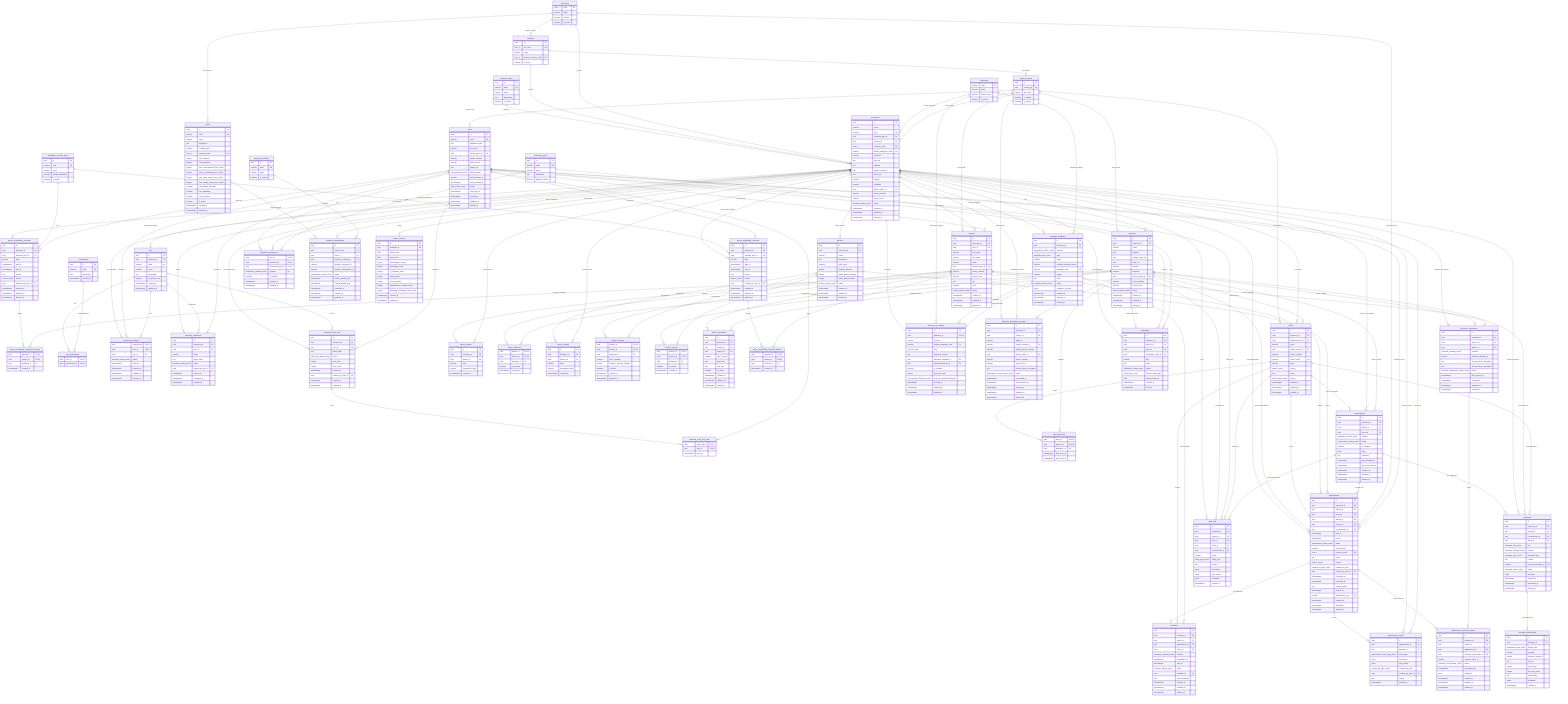
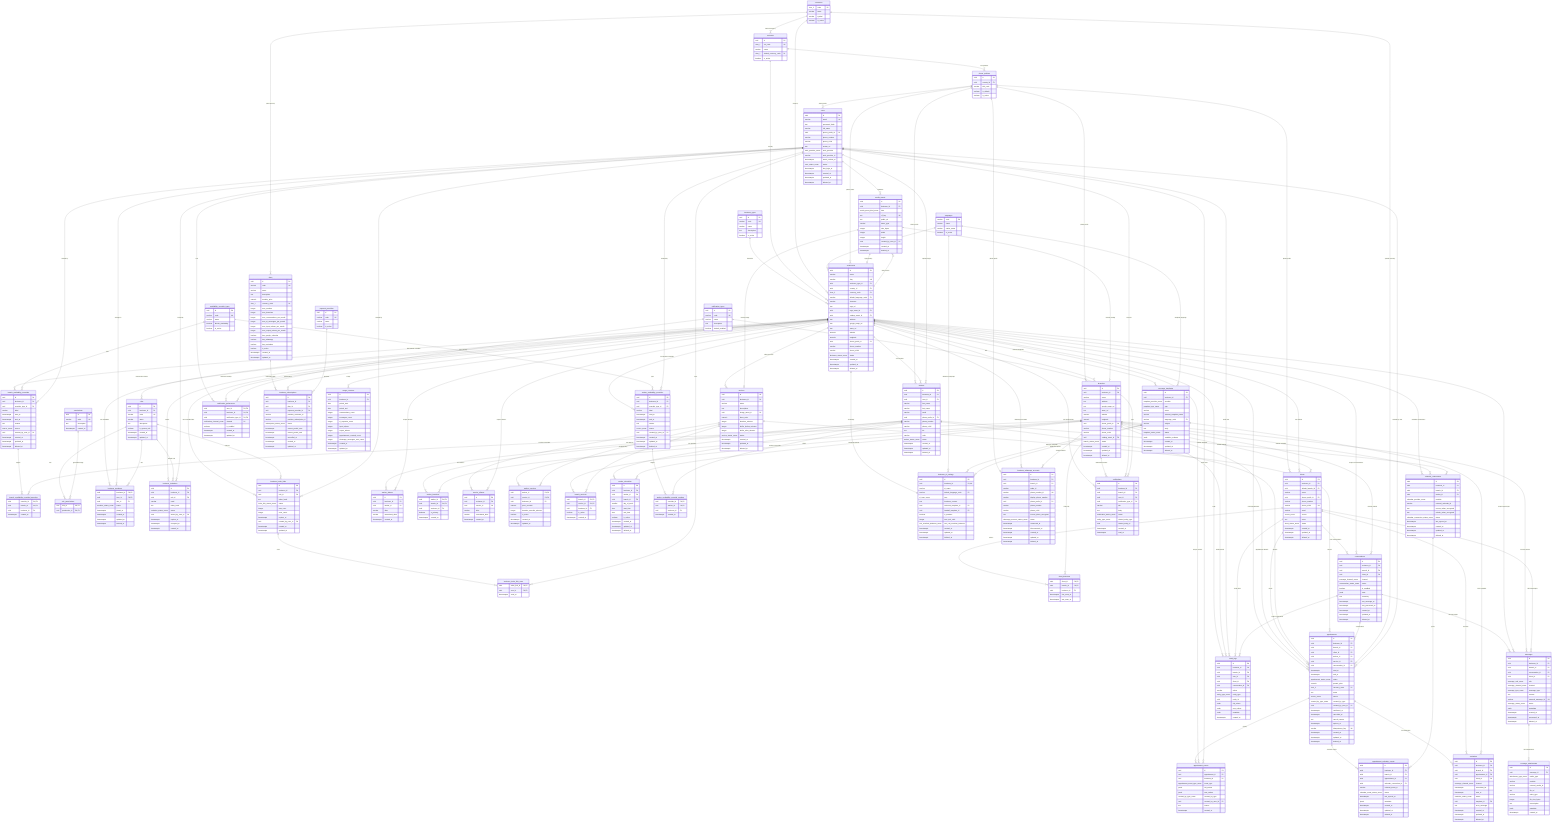
erDiagram
    %% =====================================================
    %% KLYRO DATABASE DER
    %% React + NestJS + PostgreSQL
    %% =====================================================
    %% Main design rule:
    %% AI interprets, backend validates, database protects.
    %% =====================================================

    currencies {
        char_3 code PK
        varchar name
        varchar symbol
        boolean is_active
    }

    countries {
        uuid id PK
        char_2 iso_code UK
        varchar name
        char_3 default_currency_code FK
        boolean is_active
    }

    phone_prefixes {
        uuid id PK
        uuid country_id FK
        varchar dial_code
        boolean is_default
        boolean is_active
    }

    languages {
        varchar code PK
        varchar name
        varchar native_name
        boolean is_active
    }

    business_types {
        uuid id PK
        varchar code UK
        varchar name
        text description
        boolean is_active
    }

    payment_providers {
        uuid id PK
        varchar code UK
        varchar name
        boolean is_active
    }

    availability_override_types {
        uuid id PK
        varchar code UK
        varchar name
        boolean blocks_availability
        boolean is_active
    }

    notification_types {
        uuid id PK
        varchar code UK
        varchar name
        text description
        boolean default_enabled
    }

    users {
        uuid id PK
        varchar email UK
        text password_hash
        varchar full_name
        uuid phone_prefix_id FK
        varchar phone_number
        varchar phone_e164
        text avatar_url
        auth_provider_enum auth_provider
        varchar auth_provider_id
        timestamptz email_verified_at
        user_status_enum status
        timestamptz last_login_at
        timestamptz created_at
        timestamptz updated_at
        timestamptz deleted_at
    }

    businesses {
        uuid id PK
        varchar name
        varchar slug UK
        uuid business_type_id FK
        uuid country_id FK
        char_3 currency_code FK
        varchar default_language_code FK
        varchar timezone
        text logo_url
+         uuid logo_asset_id FK
+         uuid catalog_asset_id FK
        text address
        text google_maps_url
        text waze_url
        numeric latitude
        numeric longitude
        uuid phone_prefix_id FK
        varchar phone_number
        varchar phone_e164
        business_status_enum status
        timestamptz created_at
        timestamptz updated_at
        timestamptz deleted_at
    }

+     media_assets {
+         uuid id PK
+         uuid business_id FK
+         media_asset_kind_enum kind
+         text r2_key UK
+         text public_url
+         varchar mime_type
+         integer size_bytes
+         integer width
+         integer height
+         uuid created_by_user_id FK
+         timestamptz created_at
+         timestamptz deleted_at
+     }
+ 
    branches {
        uuid id PK
        uuid business_id FK
        varchar name
        text address
        text google_maps_url
        text waze_url
        numeric latitude
        numeric longitude
        uuid phone_prefix_id FK
        varchar phone_number
        varchar phone_e164
+         uuid catalog_asset_id FK
        branch_status_enum status
        timestamptz created_at
        timestamptz updated_at
        timestamptz deleted_at
    }

    branch_availability_overrides {
        uuid id PK
        uuid business_id FK
        uuid override_type_id FK
        varchar label
        timestamptz start_at
        timestamptz end_at
        text reason
        source_enum source
        uuid created_by_user_id FK
        timestamptz created_at
        timestamptz updated_at
        timestamptz deleted_at
    }

    branch_availability_override_branches {
        uuid override_id PK,FK
        uuid branch_id PK,FK
        uuid business_id FK
        timestamptz created_at
    }

    roles {
        uuid id PK
        uuid business_id FK
        varchar code UK
        varchar name
        text description
        boolean is_system_role
        timestamptz created_at
        timestamptz updated_at
    }

    permissions {
        uuid id PK
        varchar code UK
        text description
        timestamptz created_at
    }

    role_permissions {
        uuid role_id PK,FK
        uuid permission_id PK,FK
    }

    business_members {
        uuid business_id PK,FK
        uuid user_id PK,FK
        uuid role_id FK
        member_status_enum status
        timestamptz joined_at
        timestamptz created_at
        timestamptz updated_at
        timestamptz deleted_at
    }

    business_invitations {
        uuid id PK
        uuid business_id FK
        uuid role_id FK
        varchar email
        text token_hash
        invitation_status_enum status
        uuid invited_by_user_id FK
        timestamptz expires_at
        timestamptz accepted_at
        timestamptz created_at
    }

    business_invite_links {
        uuid id PK
        uuid business_id FK
        uuid role_id FK
        text token_hash
        invite_link_status_enum status
        integer max_uses
        integer uses_count
        timestamptz expires_at
        uuid created_by_user_id FK
        timestamptz created_at
        timestamptz updated_at
    }

    business_invite_link_uses {
        uuid invite_link_id PK,FK
        uuid user_id PK,FK
        timestamptz used_at
    }

    workers {
        uuid id PK
        uuid business_id FK
        uuid user_id FK
        varchar first_name
        varchar last_name
        varchar email
        uuid phone_prefix_id FK
        varchar phone_number
        varchar phone_e164
        text bio
        varchar color
        worker_status_enum status
        timestamptz created_at
        timestamptz updated_at
        timestamptz deleted_at
    }

    worker_aliases {
        uuid id PK
        uuid business_id FK
        uuid worker_id FK
        varchar alias
        varchar normalized_alias
        timestamptz created_at
    }

    worker_branches {
        uuid worker_id PK,FK
        uuid branch_id PK,FK
        uuid business_id FK
        boolean is_primary
        timestamptz created_at
    }

    services {
        uuid id PK
        uuid business_id FK
        varchar name
        text description
+         uuid image_asset_id FK
        numeric base_price
        integer duration_minutes
        integer buffer_before_minutes
        integer buffer_after_minutes
        service_status_enum status
        timestamptz created_at
        timestamptz updated_at
        timestamptz deleted_at
    }

    service_aliases {
        uuid id PK
        uuid business_id FK
        uuid service_id FK
        varchar alias
        varchar normalized_alias
        timestamptz created_at
    }

    worker_services {
        uuid worker_id PK,FK
        uuid service_id PK,FK
        uuid business_id FK
        numeric price_override
        integer duration_override_minutes
        boolean is_active
        timestamptz created_at
        timestamptz updated_at
    }

    branch_services {
        uuid branch_id PK,FK
        uuid service_id PK,FK
        uuid business_id FK
        boolean is_active
        timestamptz created_at
    }

    worker_schedules {
        uuid id PK
        uuid business_id FK
        uuid worker_id FK
        uuid branch_id FK
        smallint day_of_week
        time start_time
        time end_time
        boolean is_active
        timestamptz created_at
        timestamptz updated_at
        timestamptz deleted_at
    }

    worker_availability_overrides {
        uuid id PK
        uuid business_id FK
        uuid override_type_id FK
        varchar label
        timestamptz start_at
        timestamptz end_at
        text reason
        source_enum source
        uuid created_by_user_id FK
        timestamptz created_at
        timestamptz updated_at
        timestamptz deleted_at
    }

    worker_availability_override_workers {
        uuid override_id PK,FK
        uuid worker_id PK,FK
        uuid business_id FK
        timestamptz created_at
    }

    clients {
        uuid id PK
        uuid business_id FK
        uuid default_branch_id FK
        varchar name
        uuid phone_prefix_id FK
        varchar phone_number
        varchar phone_e164 UK
        varchar email
        source_enum source
        text notes
        client_status_enum status
        timestamptz created_at
        timestamptz updated_at
        timestamptz deleted_at
    }

    client_branches {
        uuid client_id PK,FK
        uuid branch_id PK,FK
        uuid business_id FK
        timestamptz first_seen_at
        timestamptz last_seen_at
    }

    conversations {
        uuid id PK
        uuid business_id FK
        uuid branch_id FK
        uuid client_id FK
        message_channel_enum channel
        conversation_status_enum status
        boolean ai_enabled
        jsonb state
        text summary
        timestamptz last_message_at
        timestamptz last_processed_at
        timestamptz created_at
        timestamptz updated_at
        timestamptz deleted_at
    }

    messages {
        uuid id PK
        uuid business_id FK
        uuid branch_id FK
        uuid conversation_id FK
        uuid client_id FK
        message_role_enum role
        message_channel_enum channel
        message_type_enum message_type
        text content
        varchar external_message_id UK
        message_status_enum status
        jsonb metadata
        timestamptz created_at
        timestamptz processed_at
        timestamptz deleted_at
    }

    message_attachments {
        uuid id PK
        uuid message_id FK
        attachment_type_enum media_type
        varchar provider
        varchar external_media_id
        text file_url
        varchar mime_type
        integer file_size_bytes
        text transcription
        jsonb metadata
        timestamptz created_at
    }

    appointments {
        uuid id PK
        uuid business_id FK
        uuid branch_id FK
        uuid client_id FK
        uuid worker_id FK
        uuid service_id FK
        uuid conversation_id FK
        timestamptz start_at
        timestamptz end_at
        appointment_status_enum status
        numeric quoted_price
        char_3 currency_code FK
        text notes
        source_enum source
        created_by_type_enum created_by_type
        uuid created_by_user_id FK
        timestamptz confirmed_at
        timestamptz cancelled_at
        text cancel_reason
        timestamptz expires_at
        varchar idempotency_key UK
        timestamptz created_at
        timestamptz updated_at
        timestamptz deleted_at
    }

    appointment_events {
        uuid id PK
        uuid appointment_id FK
        uuid business_id FK
        appointment_event_type_enum event_type
        jsonb old_values
        jsonb new_values
        created_by_type_enum created_by_type
        uuid created_by_user_id FK
        text reason
        timestamptz created_at
    }

    message_templates {
        uuid id PK
        uuid business_id FK
        template_provider_enum provider
        template_type_enum type
        varchar name
        varchar external_template_name
        varchar language_code FK
        varchar subject
        text body
        template_status_enum status
        jsonb variables_schema
        timestamptz created_at
        timestamptz updated_at
        timestamptz deleted_at
    }

    business_ai_settings {
        uuid id PK
        uuid business_id FK,UK
        varchar ai_name
        varchar default_language_code FK
        ai_tone_enum tone
        text business_context
        uuid welcome_template_id FK
        uuid handoff_template_id FK
        boolean is_enabled
        integer max_tool_calls
        tool_overflow_behavior_enum tool_call_overflow_behavior
        timestamptz created_at
        timestamptz updated_at
        timestamptz deleted_at
    }

    business_whatsapp_accounts {
        uuid id PK
        uuid business_id FK
        uuid branch_id FK
        varchar waba_id
        varchar phone_number_id UK
        varchar display_phone_number
        uuid phone_prefix_id FK
        varchar phone_number
        varchar phone_e164
        text access_token_encrypted
        whatsapp_account_status_enum status
        timestamptz connected_at
        timestamptz disconnected_at
        timestamptz created_at
        timestamptz updated_at
        timestamptz deleted_at
    }

    calendar_connections {
        uuid id PK
        uuid business_id FK
        uuid branch_id FK
        uuid worker_id FK
        calendar_provider_enum provider
        varchar external_calendar_id
        text access_token_encrypted
        text refresh_token_encrypted
        calendar_connection_status_enum status
        timestamptz last_synced_at
        timestamptz created_at
        timestamptz updated_at
        timestamptz deleted_at
    }

    appointment_calendar_events {
        uuid id PK
        uuid business_id FK
        uuid branch_id FK
        uuid appointment_id FK
        uuid calendar_connection_id FK
        varchar external_event_id
        calendar_event_status_enum status
        timestamptz last_synced_at
        jsonb metadata
        timestamptz created_at
        timestamptz updated_at
        timestamptz deleted_at
    }

    reminders {
        uuid id PK
        uuid business_id FK
        uuid branch_id FK
        uuid appointment_id FK
        uuid client_id FK
        message_channel_enum channel
        timestamptz scheduled_for
        timestamptz sent_at
        reminder_status_enum status
        uuid template_id FK
        text error_message
        timestamptz created_at
        timestamptz updated_at
        timestamptz deleted_at
    }

    notifications {
        uuid id PK
        uuid business_id FK
        uuid branch_id FK
        uuid user_id FK
        uuid notification_type_id FK
        varchar title
        text body
        notification_status_enum status
        entity_type_enum related_entity_type
        uuid related_entity_id
        timestamptz created_at
        timestamptz read_at
    }

    notification_preferences {
        uuid user_id PK,FK
        uuid business_id PK,FK
        uuid notification_type_id PK,FK
        notification_channel_enum channel PK
        boolean is_enabled
        timestamptz created_at
        timestamptz updated_at
    }

    plans {
        uuid id PK
        varchar code UK
        varchar name
        text description
        numeric monthly_price
        char_3 currency_code FK
        integer max_workers
        integer max_branches
        integer max_conversations_per_month
        integer max_ai_messages_per_month
        integer max_input_tokens_per_month
        integer max_output_tokens_per_month
        boolean has_google_calendar
        boolean has_whatsapp
        boolean has_reminders
        boolean is_active
        timestamptz created_at
        timestamptz updated_at
    }

    business_subscriptions {
        uuid id PK
        uuid business_id FK
        uuid plan_id FK
        uuid payment_provider_id FK
        varchar provider_customer_id
        varchar provider_subscription_id
        subscription_status_enum status
        timestamptz current_period_start
        timestamptz current_period_end
        timestamptz cancelled_at
        timestamptz created_at
        timestamptz updated_at
    }

    usage_counters {
        uuid id PK
        uuid business_id FK
        date period_start
        date period_end
        integer conversations_count
        integer messages_count
        integer ai_requests_count
        integer input_tokens
        integer output_tokens
        integer appointments_created_count
        integer whatsapp_messages_sent_count
        timestamptz created_at
        timestamptz updated_at
    }

    audit_logs {
        uuid id PK
        uuid business_id FK
        uuid branch_id FK
        uuid user_id FK
        uuid client_id FK
        uuid conversation_id FK
        varchar action
        entity_type_enum entity_type
        uuid entity_id
        jsonb old_values
        jsonb new_values
        jsonb metadata
        timestamptz created_at
    }

    %% =====================================================
    %% TYPE/CATALOG RELATIONSHIPS
    %% =====================================================

    currencies ||--o{ countries : "default currency"
    countries ||--o{ phone_prefixes : "has prefixes"
    business_types ||--o{ businesses : "classifies"
    countries ||--o{ businesses : "country"
    currencies ||--o{ businesses : "currency"
    languages ||--o{ businesses : "default language"
    phone_prefixes ||--o{ users : "phone prefix"
    phone_prefixes ||--o{ businesses : "phone prefix"
    phone_prefixes ||--o{ branches : "phone prefix"
    phone_prefixes ||--o{ workers : "phone prefix"
    phone_prefixes ||--o{ clients : "phone prefix"
    phone_prefixes ||--o{ business_whatsapp_accounts : "phone prefix"

    %% =====================================================
    %% BUSINESS / BRANCH / SECURITY
    %% =====================================================

    businesses ||--o{ branches : "has"
    businesses ||--o{ branch_availability_overrides : "has branch overrides"
    branch_availability_overrides ||--o{ branch_availability_override_branches : "targets"
    branches ||--o{ branch_availability_override_branches : "receives overrides"
    availability_override_types ||--o{ branch_availability_overrides : "type"
    users ||--o{ branch_availability_overrides : "created by"
    businesses ||--o{ roles : "custom roles future"
    roles ||--o{ role_permissions : "has"
    permissions ||--o{ role_permissions : "granted through"
    businesses ||--o{ business_members : "has members"
    users ||--o{ business_members : "belongs to"
    roles ||--o{ business_members : "role"
    businesses ||--o{ business_invitations : "invites"
    roles ||--o{ business_invitations : "invited role"
    users ||--o{ business_invitations : "invited by"
    businesses ||--o{ business_invite_links : "has reusable links"
    roles ||--o{ business_invite_links : "link role"
    users ||--o{ business_invite_links : "created by"
    business_invite_links ||--o{ business_invite_link_uses : "used"
    users ||--o{ business_invite_link_uses : "uses"

    %% =====================================================
    %% WORKERS / SERVICES / AVAILABILITY
    %% =====================================================

    businesses ||--o{ workers : "has workers"
    users ||--o{ workers : "optional login"
    workers ||--o{ worker_aliases : "has aliases"
    businesses ||--o{ worker_aliases : "scopes aliases"
    workers ||--o{ worker_branches : "works at"
    branches ||--o{ worker_branches : "has workers"
    businesses ||--o{ services : "offers services"
    services ||--o{ service_aliases : "has aliases"
    businesses ||--o{ service_aliases : "scopes aliases"
    workers ||--o{ worker_services : "can perform"
    services ||--o{ worker_services : "performed by"
    branches ||--o{ branch_services : "offers"
    services ||--o{ branch_services : "available at"
    workers ||--o{ worker_schedules : "has schedule blocks"
    branches ||--o{ worker_schedules : "schedule branch"
    businesses ||--o{ worker_availability_overrides : "has worker overrides"
    worker_availability_overrides ||--o{ worker_availability_override_workers : "targets"
    workers ||--o{ worker_availability_override_workers : "receives overrides"
    availability_override_types ||--o{ worker_availability_overrides : "type"
    users ||--o{ worker_availability_overrides : "created by"

    %% =====================================================
    %% CLIENTS / CONVERSATIONS / MESSAGES
    %% =====================================================

    businesses ||--o{ clients : "has clients"
    branches ||--o{ clients : "default branch"
    clients ||--o{ client_branches : "visited"
    branches ||--o{ client_branches : "visited by"
    clients ||--o{ conversations : "has conversations"
    businesses ||--o{ conversations : "scopes conversations"
    branches ||--o{ conversations : "branch context"
    conversations ||--o{ messages : "has messages"
    businesses ||--o{ messages : "scopes messages"
    branches ||--o{ messages : "branch context"
    clients ||--o{ messages : "client messages"
    messages ||--o{ message_attachments : "has attachments"

    %% =====================================================
    %% APPOINTMENTS / EVENTS / TEMPLATES / AI
    %% =====================================================

    businesses ||--o{ appointments : "has appointments"
    branches ||--o{ appointments : "appointment branch"
    clients ||--o{ appointments : "books"
    workers ||--o{ appointments : "attends"
    services ||--o{ appointments : "service"
    conversations ||--o{ appointments : "created from"
    currencies ||--o{ appointments : "quoted currency"
    users ||--o{ appointments : "created by user"
    appointments ||--o{ appointment_events : "history"
    businesses ||--o{ appointment_events : "scopes events"
    users ||--o{ appointment_events : "event user"
    businesses ||--o{ message_templates : "custom templates"
    languages ||--o{ message_templates : "template language"
    businesses ||--|| business_ai_settings : "ai settings"
    languages ||--o{ business_ai_settings : "default ai language"
    message_templates ||--o{ business_ai_settings : "welcome template"
    message_templates ||--o{ business_ai_settings : "handoff template"

    %% =====================================================
    %% INTEGRATIONS / REMINDERS / NOTIFICATIONS / BILLING
    %% =====================================================

    businesses ||--o{ business_whatsapp_accounts : "whatsapp accounts"
    branches ||--o{ business_whatsapp_accounts : "branch number"
    businesses ||--o{ calendar_connections : "calendar connections"
    branches ||--o{ calendar_connections : "branch calendar"
    workers ||--o{ calendar_connections : "worker calendar"
    appointments ||--o{ appointment_calendar_events : "external events"
    calendar_connections ||--o{ appointment_calendar_events : "syncs"
    appointments ||--o{ reminders : "has reminders"
    clients ||--o{ reminders : "receives"
    message_templates ||--o{ reminders : "uses template"
    businesses ||--o{ notifications : "has notifications"
    branches ||--o{ notifications : "notification branch"
    users ||--o{ notifications : "receives"
    notification_types ||--o{ notifications : "type"
    users ||--o{ notification_preferences : "sets"
    businesses ||--o{ notification_preferences : "business settings"
    notification_types ||--o{ notification_preferences : "type settings"
    currencies ||--o{ plans : "plan currency"
    plans ||--o{ business_subscriptions : "subscribed plan"
    businesses ||--o{ business_subscriptions : "subscription"
    payment_providers ||--o{ business_subscriptions : "provider"
    businesses ||--o{ usage_counters : "usage"
    businesses ||--o{ audit_logs : "audit"
    branches ||--o{ audit_logs : "audit branch"
    users ||--o{ audit_logs : "audit user"
    clients ||--o{ audit_logs : "audit client"
    conversations ||--o{ audit_logs : "audit conversation"
+     businesses ||--o{ media_assets : "owns assets"
+     users ||--o{ media_assets : "uploaded"
+     media_assets ||--o| businesses : "logo/catalog"
+     media_assets ||--o| services : "service image"
+     media_assets ||--o| branches : "branch catalog"
